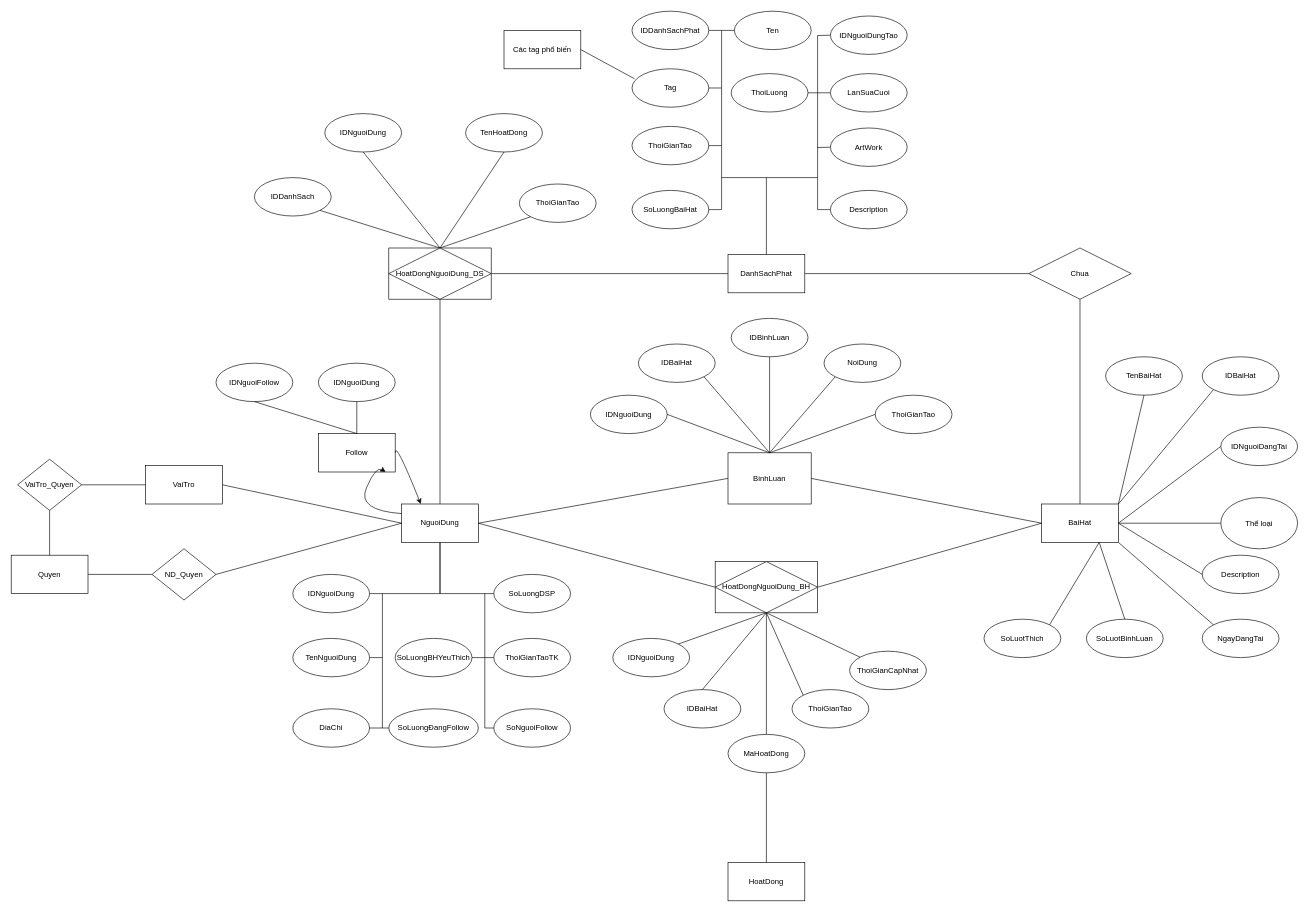
Before: ERD.drawio in duyhelloworld/webnangcao, a draw.io diagram. Source tidied: cells renumbered, new cells numbered last; positions are measured from the earlier drawing's top-left corner, leaving out a move shared by most shapes. Both pictures are drawn from the tidied source at 64%, with x=0, y=0 at pixel (11, 11).
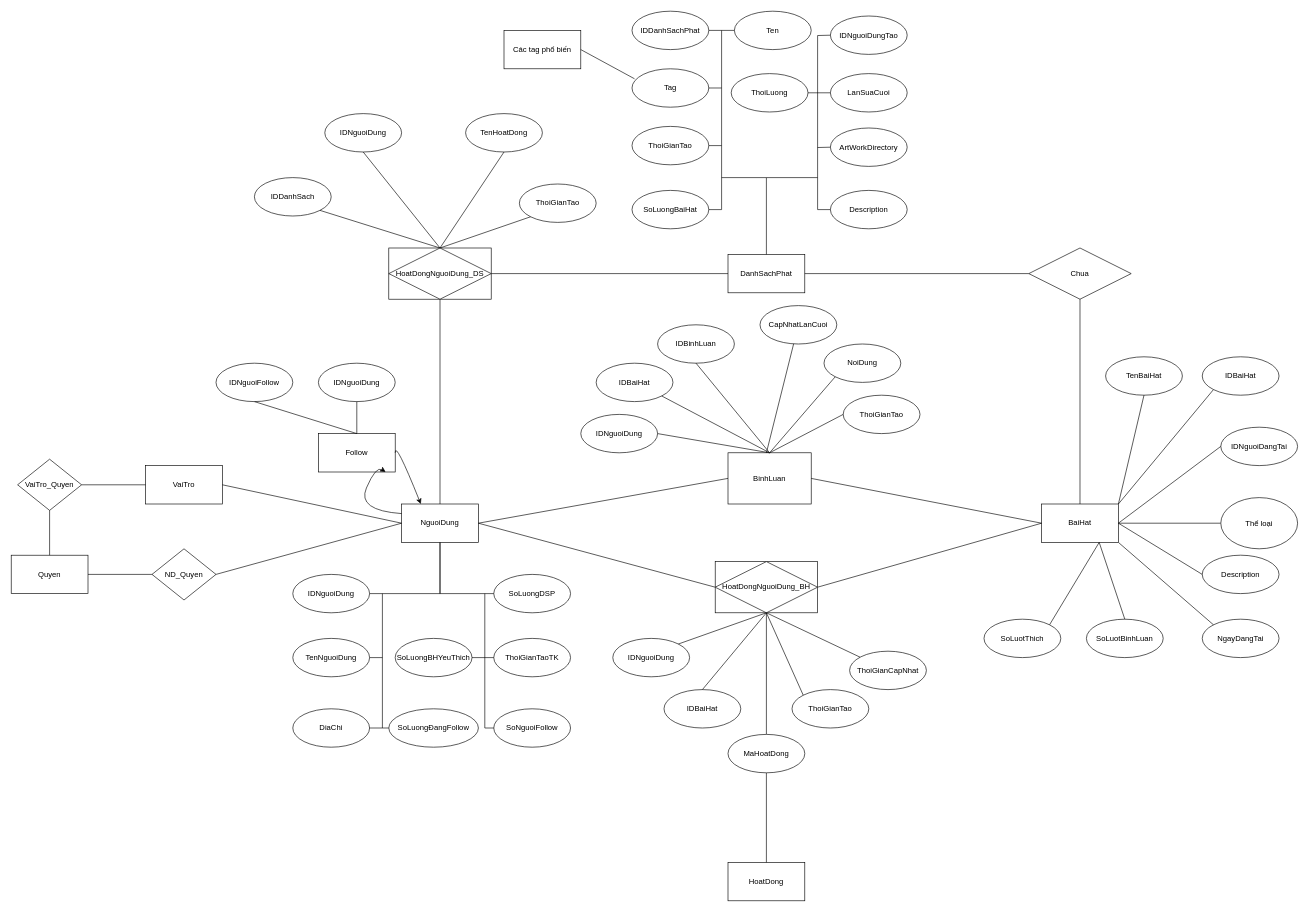
The same page after the edit.

Commit message:
Thêm vài trường ngày tạo, ngày sửa cuối

The edit, as a diff of the source:
```diff
@@
     <mxCell id="24" value="IDNguoiDung" style="ellipse;whiteSpace=wrap;html=1;" parent="1" vertex="1">
-      <mxGeometry x="905" y="600" width="120" height="60" as="geometry" />
+      <mxGeometry x="890" y="630" width="120" height="60" as="geometry" />
     </mxCell>
     <mxCell id="25" value="ThoiGianTao" style="ellipse;whiteSpace=wrap;html=1;" parent="1" vertex="1">
-      <mxGeometry x="1350" y="600" width="120" height="60" as="geometry" />
+      <mxGeometry x="1300" y="600" width="120" height="60" as="geometry" />
     </mxCell>
     <mxCell id="26" value="IDBaiHat" style="ellipse;whiteSpace=wrap;html=1;" parent="1" vertex="1">
-      <mxGeometry x="980" y="520" width="120" height="60" as="geometry" />
+      <mxGeometry x="914" y="550" width="120" height="60" as="geometry" />
     </mxCell>
@@
     <mxCell id="49" value="IDBinhLuan" style="ellipse;whiteSpace=wrap;html=1;" parent="1" vertex="1">
-      <mxGeometry x="1125" y="480" width="120" height="60" as="geometry" />
+      <mxGeometry x="1010" y="490" width="120" height="60" as="geometry" />
     </mxCell>
@@
-    <mxCell id="59" value="ArtWork" style="ellipse;whiteSpace=wrap;html=1;direction=east;" parent="1" vertex="1">
+    <mxCell id="59" value="ArtWorkDirectory" style="ellipse;whiteSpace=wrap;html=1;direction=east;" parent="1" vertex="1">
       <mxGeometry x="1280" y="182.5" width="120" height="60" as="geometry" />
     </mxCell>
@@
+    <mxCell id="119" value="CapNhatLanCuoi" style="ellipse;whiteSpace=wrap;html=1;" parent="1" vertex="1">
+      <mxGeometry x="1170" y="460" width="120" height="60" as="geometry" />
+    </mxCell>
+    <mxCell id="120" style="endArrow=none;html=1;rounded=0;" parent="1" edge="1" source="119">
+      <mxGeometry relative="1" as="geometry">
+        <mxPoint x="1180" y="690" as="targetPoint" />
+      </mxGeometry>
+    </mxCell>
```
